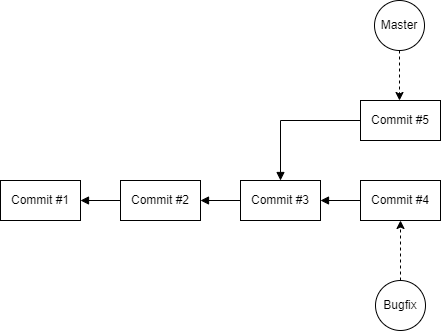
This is Assets/images/git-branch-change-main.png from braboj/tutorial-git, a draw.io export, as it was before one commit. Source tidied: cells renumbered, new cells last; positions are measured from the earlier drawing's top-left corner, leaving out a move shared by most shapes.
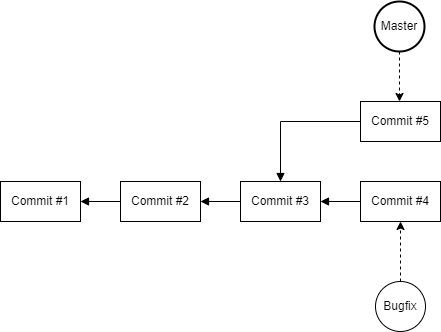
After the commit.

Change to the diagram source:
```diff
@@ -32,7 +32,7 @@
         <mxPoint x="399" y="100" as="targetPoint" />
       </mxGeometry>
     </mxCell>
-    <mxCell id="10" value="Master" style="ellipse;whiteSpace=wrap;html=1;" parent="1" vertex="1">
+    <mxCell id="10" value="Master" style="ellipse;whiteSpace=wrap;html=1;strokeWidth=2;" parent="1" vertex="1">
       <mxGeometry x="374" width="50" height="50" as="geometry" />
     </mxCell>
     <mxCell id="11" value="Commit #4" style="rounded=0;whiteSpace=wrap;html=1;" parent="1" vertex="1">
```
